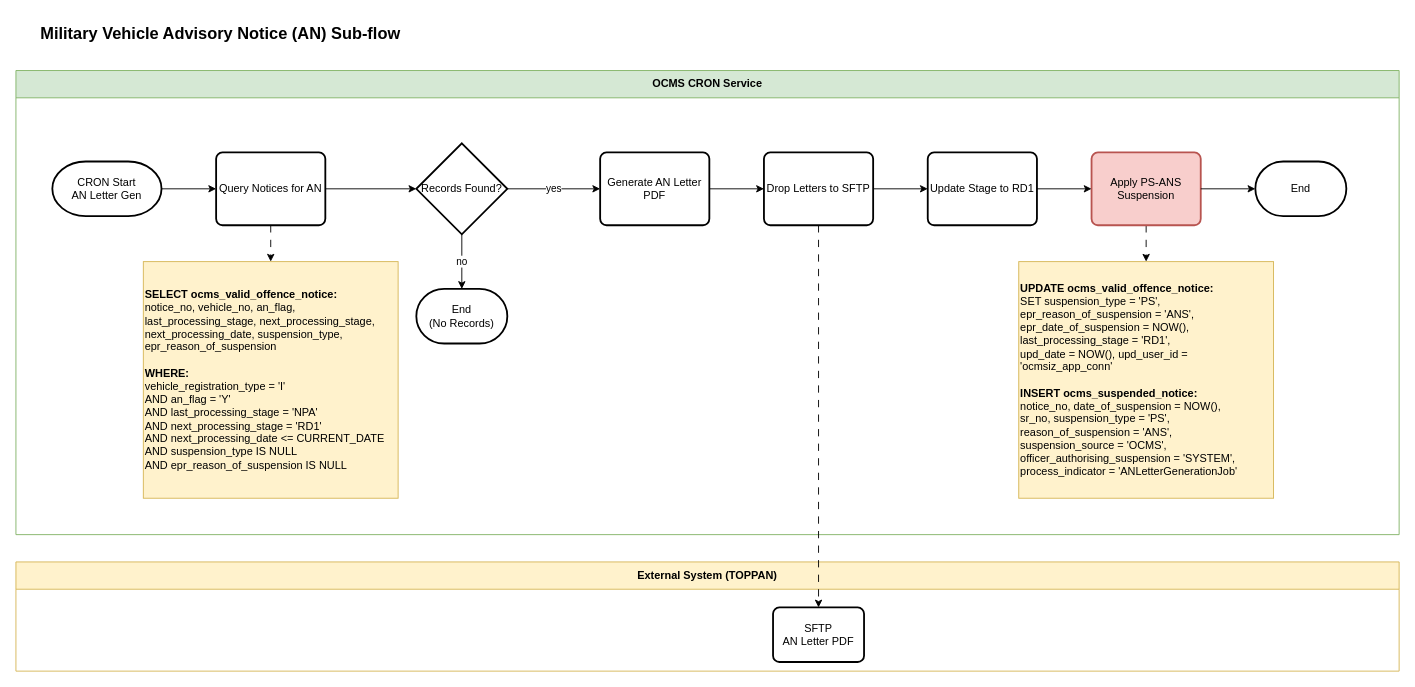
The draw.io diagram page "4.4 AN Sub-flow" (3 of 5) of OCMS 14/Section 4/OCMS14-Technical_Flowchart_Section_4.drawio in rafifmgg/techdoc, before the edit. Source tidied: cells renumbered, new cells numbered last; positions are measured from the earlier drawing's top-left corner, leaving out a move shared by most shapes. Both pictures are drawn from the tidied source at 91%, with x=0, y=0 at pixel (15, 15).
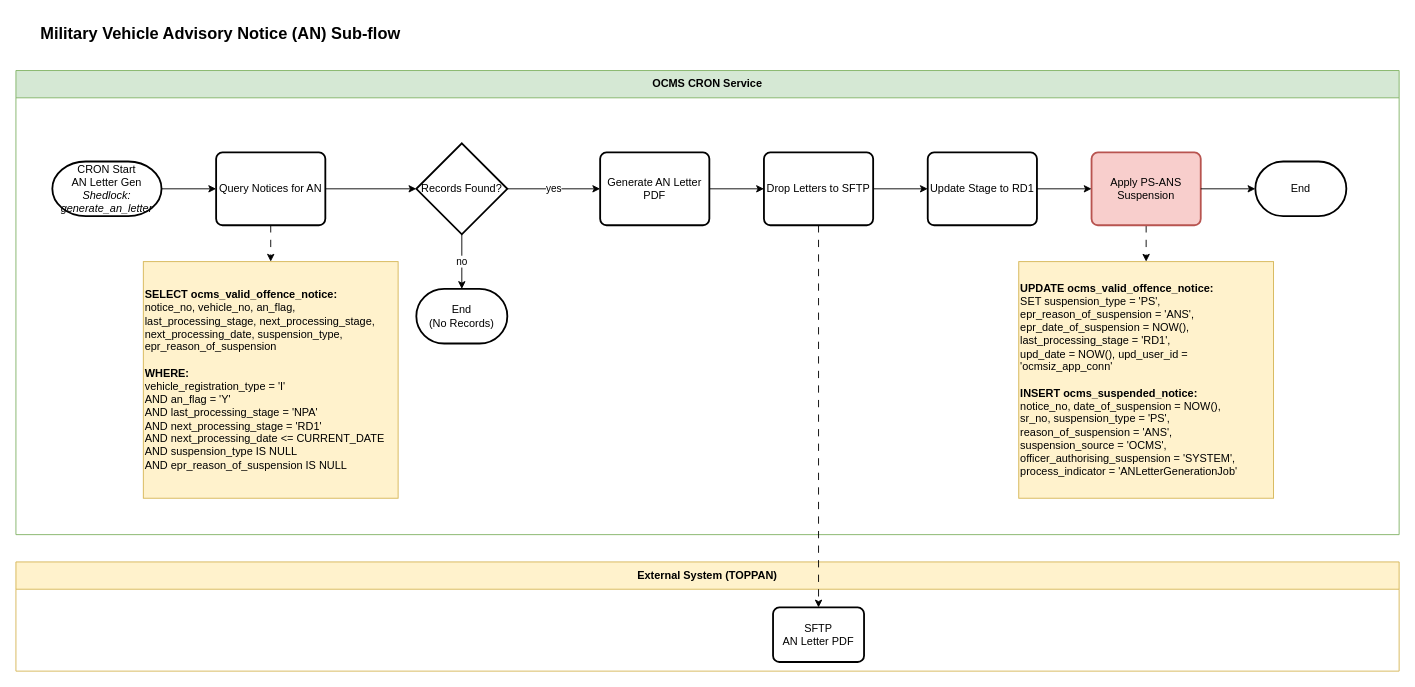
The same page after the edit.

The change refers to these unchanged cells:
```xml
<mxCell id="3" value="OCMS CRON Service" style="swimlane;whiteSpace=wrap;html=1;fillColor=#d5e8d4;strokeColor=#82b366;startSize=30;" parent="1" vertex="1">
  <mxGeometry y="60" width="1520" height="510" as="geometry" />
</mxCell>
```

The edit, as a diff of the source:
```diff
@@
-    <mxCell id="4" value="CRON Start&lt;br&gt;AN Letter Gen" style="strokeWidth=2;html=1;shape=mxgraph.flowchart.terminator;whiteSpace=wrap;" parent="3" vertex="1">
+    <mxCell id="4" value="CRON Start&lt;br&gt;AN Letter Gen&lt;br&gt;&lt;i&gt;Shedlock: generate_an_letter&lt;/i&gt;" style="strokeWidth=2;html=1;shape=mxgraph.flowchart.terminator;whiteSpace=wrap;" parent="3" vertex="1">
       <mxGeometry x="40" y="100" width="120" height="60" as="geometry" />
     </mxCell>
```
